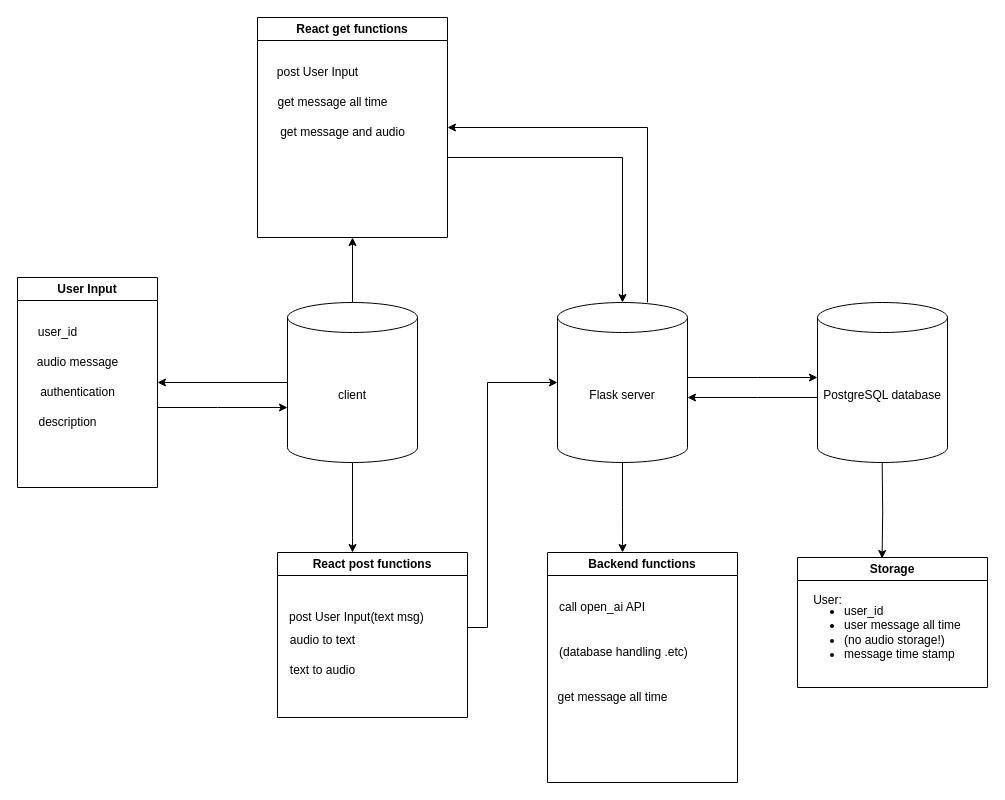
johnny19436/English-teacher keeps this draw.io diagram as version1-0.drawio. Above is the earlier version. Source tidied: cells renumbered, new cells numbered last; positions are measured from the earlier drawing's top-left corner, leaving out a move shared by most shapes. Both pictures are drawn from the tidied source at 100%, with x=0, y=0 at pixel (17, 17).
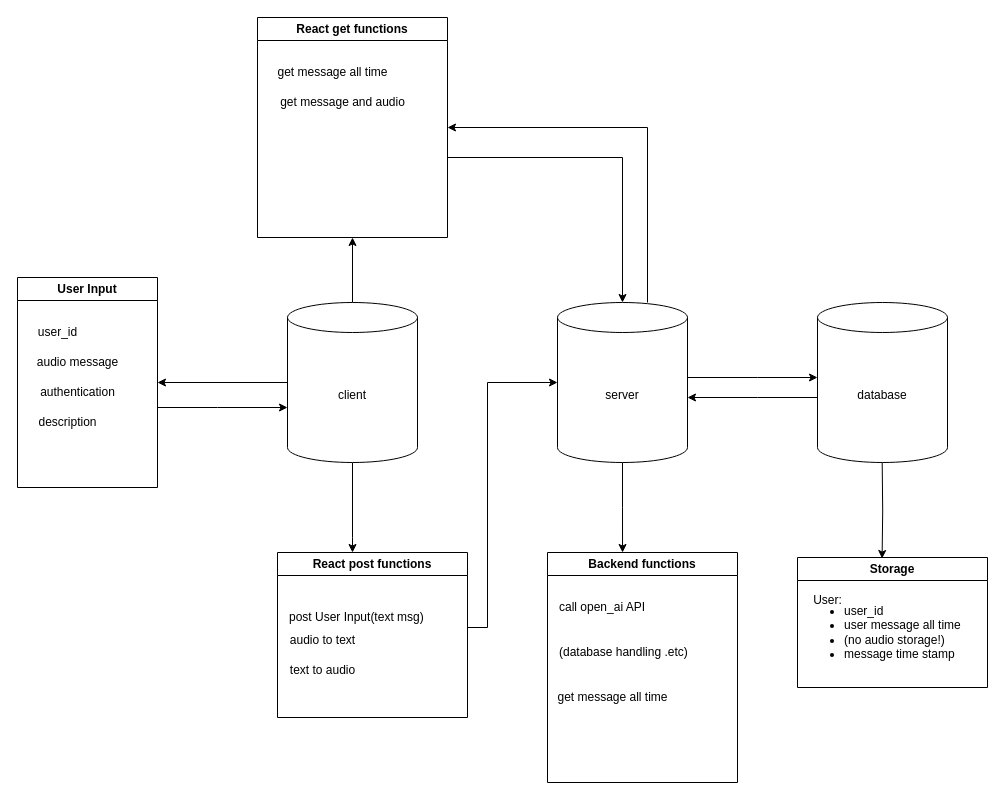
After the change.

Unchanged cells that the change refers to:
```xml
<mxCell id="21" value="React get functions" style="swimlane;whiteSpace=wrap;html=1;align=center;" parent="1" vertex="1">
  <mxGeometry x="240" width="190" height="220" as="geometry" />
</mxCell>
```

The edit, as a diff of the source:
```diff
@@
-    <mxCell id="18" value="Flask server" style="shape=cylinder3;whiteSpace=wrap;html=1;boundedLbl=1;backgroundOutline=1;size=15;" parent="1" vertex="1">
+    <mxCell id="18" value="server" style="shape=cylinder3;whiteSpace=wrap;html=1;boundedLbl=1;backgroundOutline=1;size=15;" parent="1" vertex="1">
       <mxGeometry x="540" y="285" width="130" height="160" as="geometry" />
     </mxCell>
@@
-    <mxCell id="22" value="post User Input" style="text;html=1;align=center;verticalAlign=middle;strokeColor=none;fillColor=none;labelPosition=center;verticalLabelPosition=middle;" parent="21" vertex="1">
-      <mxGeometry x="10" y="40" width="100" height="30" as="geometry" />
-    </mxCell>
     <mxCell id="23" value="get message all time" style="text;html=1;align=center;verticalAlign=middle;strokeColor=none;fillColor=none;" parent="21" vertex="1">
-      <mxGeometry x="10" y="70" width="130" height="30" as="geometry" />
+      <mxGeometry x="10" y="40" width="130" height="30" as="geometry" />
     </mxCell>
     <mxCell id="24" value="get message and audio" style="text;html=1;align=center;verticalAlign=middle;strokeColor=none;fillColor=none;" parent="21" vertex="1">
-      <mxGeometry x="10" y="100" width="150" height="30" as="geometry" />
+      <mxGeometry x="10" y="70" width="150" height="30" as="geometry" />
     </mxCell>
@@
-    <mxCell id="31" value="PostgreSQL database" style="shape=cylinder3;whiteSpace=wrap;html=1;boundedLbl=1;backgroundOutline=1;size=15;" parent="1" vertex="1">
+    <mxCell id="31" value="database" style="shape=cylinder3;whiteSpace=wrap;html=1;boundedLbl=1;backgroundOutline=1;size=15;" parent="1" vertex="1">
       <mxGeometry x="800" y="285" width="130" height="160" as="geometry" />
     </mxCell>
```
